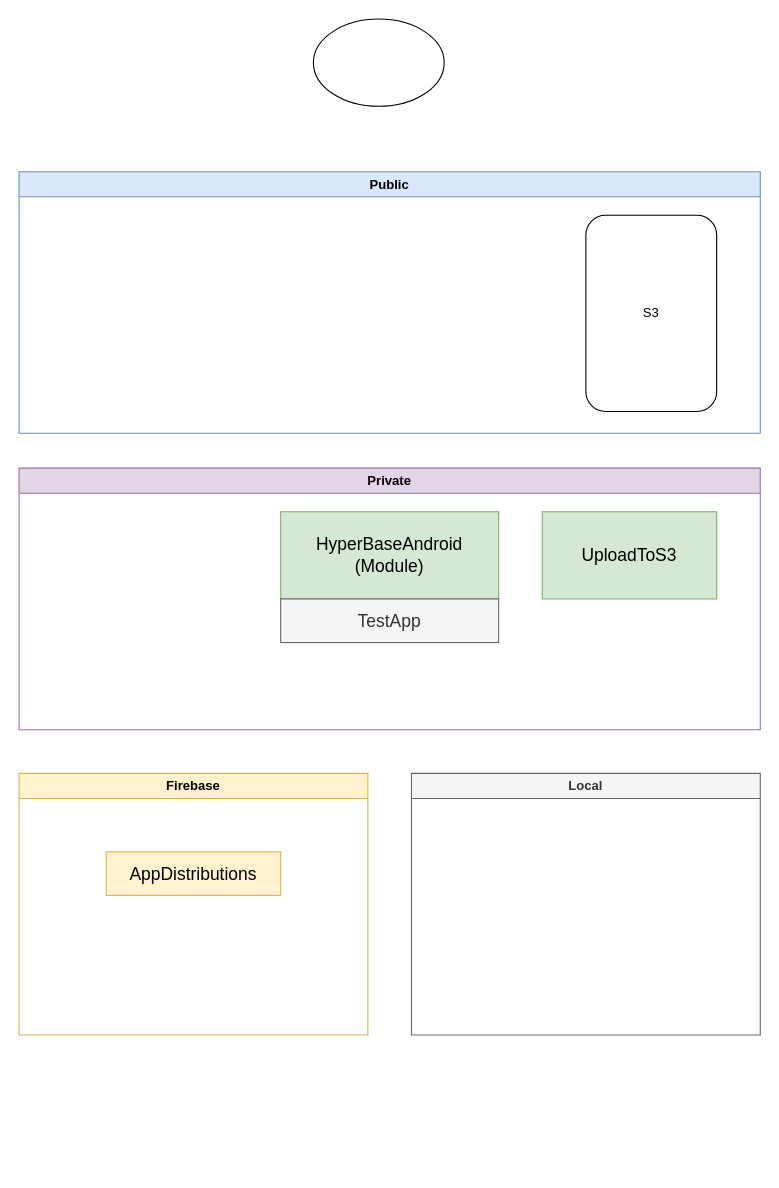
This is 제목 없는 다이어그램.drawio from nudge411/testPublic, a draw.io file, before an edit. Source tidied: cells renumbered, new cells numbered last; positions are measured from the earlier drawing's top-left corner, leaving out a move shared by most shapes. Both pictures are drawn from the tidied source at 109%, with x=0, y=0 at pixel (19, 19).
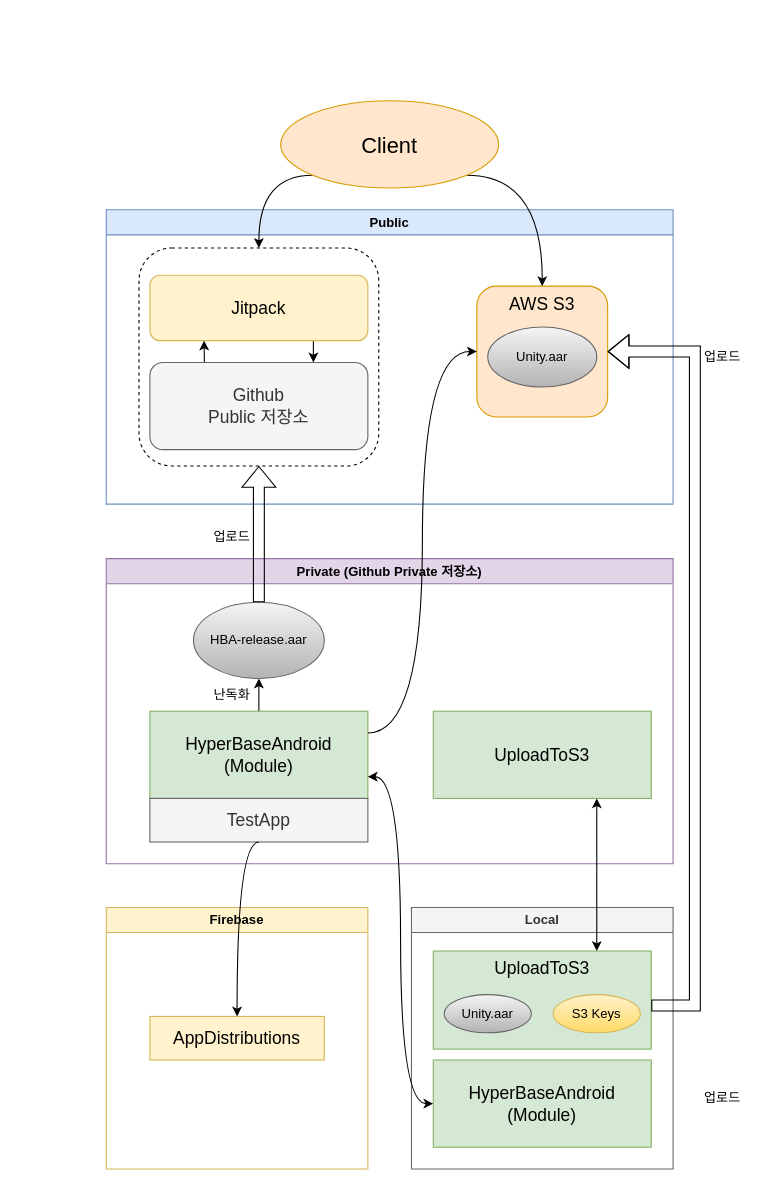
The same page after the edit.

Commit message:
제목 없는 다이어그램.drawio 업데이트

What changed in the source:
```diff
@@
     <mxCell id="2" value="Public" style="swimlane;whiteSpace=wrap;html=1;fillColor=#dae8fc;strokeColor=#6c8ebf;" parent="1" vertex="1">
-      <mxGeometry y="140" width="680" height="240" as="geometry" />
+      <mxGeometry x="80" y="175" width="520" height="270" as="geometry" />
     </mxCell>
-    <mxCell id="3" value="S3" style="rounded=1;whiteSpace=wrap;html=1;" parent="2" vertex="1">
-      <mxGeometry x="520" y="40" width="120" height="180" as="geometry" />
+    <mxCell id="3" value="AWS S3" style="rounded=1;whiteSpace=wrap;html=1;fontSize=16;fillColor=#ffe6cc;strokeColor=#d79b00;horizontal=1;verticalAlign=top;" parent="2" vertex="1">
+      <mxGeometry x="340" y="70" width="120" height="120" as="geometry" />
     </mxCell>
+    <mxCell id="13" style="edgeStyle=orthogonalEdgeStyle;rounded=0;jettySize=auto;html=1;exitX=0.75;exitY=1;exitDx=0;exitDy=0;entryX=0.75;entryY=0;entryDx=0;entryDy=0;" parent="2" edge="1" source="14" target="16">
+      <mxGeometry relative="1" as="geometry" />
+    </mxCell>
+    <mxCell id="14" value="Jitpack" style="rounded=1;whiteSpace=wrap;html=1;fontSize=16;fillColor=#fff2cc;strokeColor=#d6b656;" parent="2" vertex="1">
+      <mxGeometry x="40" y="60" width="200" height="60" as="geometry" />
+    </mxCell>
+    <mxCell id="15" style="edgeStyle=orthogonalEdgeStyle;rounded=0;jettySize=auto;html=1;exitX=0.25;exitY=0;exitDx=0;exitDy=0;" parent="2" edge="1" source="16">
+      <mxGeometry relative="1" as="geometry">
+        <mxPoint x="89.7" y="120" as="targetPoint" />
+      </mxGeometry>
+    </mxCell>
+    <mxCell id="16" value="Github&lt;br style=&quot;font-size: 16px;&quot;&gt;Public 저장소" style="rounded=1;whiteSpace=wrap;html=1;fontSize=16;fillColor=#f5f5f5;fontColor=#333333;strokeColor=#666666;" parent="2" vertex="1">
+      <mxGeometry x="40" y="140" width="200" height="80" as="geometry" />
+    </mxCell>
+    <mxCell id="17" style="rounded=1;whiteSpace=wrap;html=1;fillColor=none;dashed=1;" parent="2" vertex="1">
+      <mxGeometry x="30" y="35" width="220" height="200" as="geometry" />
+    </mxCell>
+    <mxCell id="18" value="Unity.aar" style="ellipse;whiteSpace=wrap;html=1;fillColor=#f5f5f5;strokeColor=#666666;gradientColor=#b3b3b3;" parent="2" vertex="1">
+      <mxGeometry x="350" y="107.5" width="100" height="55" as="geometry" />
+    </mxCell>
-    <mxCell id="4" value="Private" style="swimlane;whiteSpace=wrap;html=1;fillColor=#e1d5e7;strokeColor=#9673a6;" parent="1" vertex="1">
-      <mxGeometry y="412" width="680" height="240" as="geometry" />
+    <mxCell id="4" value="Private (Github Private 저장소)" style="swimlane;whiteSpace=wrap;html=1;fillColor=#e1d5e7;strokeColor=#9673a6;" parent="1" vertex="1">
+      <mxGeometry x="80" y="495" width="520" height="280" as="geometry" />
     </mxCell>
-    <mxCell id="5" style="edgeStyle=orthogonalEdgeStyle;rounded=0;jettySize=auto;html=1;exitX=0;exitY=0.5;exitDx=0;exitDy=0;" parent="4" edge="1" source="6">
-      <mxGeometry relative="1" as="geometry">
-        <mxPoint x="240" y="79.8" as="targetPoint" />
-      </mxGeometry>
-    </mxCell>
+    <mxCell id="19" style="edgeStyle=orthogonalEdgeStyle;rounded=0;jettySize=auto;html=1;" parent="4" edge="1" source="6" target="20">
+      <mxGeometry relative="1" as="geometry" />
+    </mxCell>
     <mxCell id="6" value="HyperBaseAndroid&lt;br&gt;(Module)" style="rounded=0;whiteSpace=wrap;html=1;fillColor=#d5e8d4;strokeColor=#82b366;fontSize=16;" parent="4" vertex="1">
-      <mxGeometry x="240" y="40" width="200" height="80" as="geometry" />
+      <mxGeometry x="40" y="140" width="200" height="80" as="geometry" />
     </mxCell>
     <mxCell id="7" value="TestApp" style="rounded=0;whiteSpace=wrap;html=1;fontSize=16;fillColor=#f5f5f5;fontColor=#333333;strokeColor=#666666;" parent="4" vertex="1">
-      <mxGeometry x="240" y="120" width="200" height="40" as="geometry" />
+      <mxGeometry x="40" y="220" width="200" height="40" as="geometry" />
     </mxCell>
     <mxCell id="8" value="UploadToS3" style="rounded=0;whiteSpace=wrap;html=1;fillColor=#d5e8d4;strokeColor=#82b366;fontSize=16;" parent="4" vertex="1">
-      <mxGeometry x="480" y="40" width="160" height="80" as="geometry" />
+      <mxGeometry x="300" y="140" width="200" height="80" as="geometry" />
     </mxCell>
+    <mxCell id="20" value="HBA-release.aar" style="ellipse;whiteSpace=wrap;html=1;fillColor=#f5f5f5;strokeColor=#666666;gradientColor=#b3b3b3;" parent="4" vertex="1">
+      <mxGeometry x="80" y="40" width="120" height="70" as="geometry" />
+    </mxCell>
+    <mxCell id="21" value="난독화" style="text;html=1;align=center;verticalAlign=middle;strokeColor=none;fillColor=none;" parent="4" vertex="1">
+      <mxGeometry x="90" y="110" width="50" height="30" as="geometry" />
+    </mxCell>
     <mxCell id="9" value="Firebase" style="swimlane;whiteSpace=wrap;html=1;fillColor=#fff2cc;strokeColor=#d6b656;" parent="1" vertex="1">
-      <mxGeometry y="692" width="320" height="240" as="geometry" />
+      <mxGeometry x="80" y="815" width="240" height="240" as="geometry" />
     </mxCell>
     <mxCell id="10" value="AppDistributions" style="rounded=0;whiteSpace=wrap;html=1;fontSize=16;fillColor=#fff2cc;strokeColor=#d6b656;" parent="9" vertex="1">
-      <mxGeometry x="80" y="72" width="160" height="40" as="geometry" />
+      <mxGeometry x="40" y="100" width="160" height="40" as="geometry" />
     </mxCell>
     <mxCell id="11" value="Local" style="swimlane;whiteSpace=wrap;html=1;fillColor=#f5f5f5;strokeColor=#666666;fontColor=#333333;" parent="1" vertex="1">
-      <mxGeometry x="360" y="692" width="320" height="240" as="geometry" />
+      <mxGeometry x="360" y="815" width="240" height="240" as="geometry" />
     </mxCell>
+    <mxCell id="22" value="UploadToS3" style="rounded=0;whiteSpace=wrap;html=1;fillColor=#d5e8d4;strokeColor=#82b366;fontSize=16;verticalAlign=top;" parent="11" vertex="1">
+      <mxGeometry x="20" y="40" width="200" height="90" as="geometry" />
+    </mxCell>
+    <mxCell id="23" value="Unity.aar" style="ellipse;whiteSpace=wrap;html=1;fillColor=#f5f5f5;strokeColor=#666666;gradientColor=#b3b3b3;" parent="11" vertex="1">
+      <mxGeometry x="30" y="80" width="80" height="35" as="geometry" />
+    </mxCell>
+    <mxCell id="24" value="S3 Keys" style="ellipse;whiteSpace=wrap;html=1;fillColor=#fff2cc;strokeColor=#d6b656;gradientColor=#ffd966;" parent="11" vertex="1">
+      <mxGeometry x="130" y="80" width="80" height="35" as="geometry" />
+    </mxCell>
+    <mxCell id="25" value="HyperBaseAndroid&lt;br&gt;(Module)" style="rounded=0;whiteSpace=wrap;html=1;fillColor=#d5e8d4;strokeColor=#82b366;fontSize=16;" parent="11" vertex="1">
+      <mxGeometry x="20" y="140" width="200" height="80" as="geometry" />
+    </mxCell>
+    <mxCell id="26" style="edgeStyle=orthogonalEdgeStyle;jettySize=auto;html=1;exitX=1;exitY=1;exitDx=0;exitDy=0;entryX=0.5;entryY=0;entryDx=0;entryDy=0;curved=1;" parent="1" edge="1" source="12" target="3">
+      <mxGeometry relative="1" as="geometry">
+        <Array as="points">
+          <mxPoint x="480" y="143" />
+        </Array>
+      </mxGeometry>
+    </mxCell>
+    <mxCell id="27" style="edgeStyle=orthogonalEdgeStyle;jettySize=auto;html=1;exitX=0;exitY=1;exitDx=0;exitDy=0;curved=1;" parent="1" edge="1" source="12" target="17">
+      <mxGeometry relative="1" as="geometry">
+        <Array as="points">
+          <mxPoint x="220" y="143" />
+        </Array>
+      </mxGeometry>
+    </mxCell>
-    <mxCell id="12" style="ellipse;whiteSpace=wrap;html=1;" parent="1" vertex="1">
-      <mxGeometry x="270" width="120" height="80" as="geometry" />
+    <mxCell id="12" value="Client" style="ellipse;whiteSpace=wrap;html=1;fillColor=#ffe6cc;strokeColor=#d79b00;fontSize=20;fontStyle=0;" parent="1" vertex="1">
+      <mxGeometry x="240" y="75" width="200" height="80" as="geometry" />
     </mxCell>
+    <mxCell id="28" style="edgeStyle=orthogonalEdgeStyle;jettySize=auto;html=1;entryX=0.5;entryY=0;entryDx=0;entryDy=0;curved=1;shadow=0;exitX=0.5;exitY=1;exitDx=0;exitDy=0;" parent="1" edge="1" source="7" target="10">
+      <mxGeometry relative="1" as="geometry">
+        <Array as="points">
+          <mxPoint x="200" y="755" />
+        </Array>
+      </mxGeometry>
+    </mxCell>
+    <mxCell id="29" style="edgeStyle=orthogonalEdgeStyle;rounded=0;jettySize=auto;html=1;entryX=1;entryY=0.5;entryDx=0;entryDy=0;shape=flexArrow;" parent="1" edge="1" target="3">
+      <mxGeometry relative="1" as="geometry">
+        <mxPoint x="580" y="905" as="sourcePoint" />
+        <Array as="points">
+          <mxPoint x="580" y="905" />
+          <mxPoint x="620" y="905" />
+          <mxPoint x="620" y="305" />
+        </Array>
+      </mxGeometry>
+    </mxCell>
+    <mxCell id="30" style="edgeStyle=orthogonalEdgeStyle;rounded=0;jettySize=auto;html=1;shape=flexArrow;" parent="1" edge="1" source="20" target="17">
+      <mxGeometry relative="1" as="geometry" />
+    </mxCell>
+    <mxCell id="31" style="edgeStyle=orthogonalEdgeStyle;jettySize=auto;html=1;entryX=0;entryY=0.5;entryDx=0;entryDy=0;curved=1;exitX=1;exitY=0.25;exitDx=0;exitDy=0;" parent="1" edge="1" source="6" target="3">
+      <mxGeometry relative="1" as="geometry" />
+    </mxCell>
+    <mxCell id="32" value="업로드" style="text;html=1;align=center;verticalAlign=middle;strokeColor=none;fillColor=none;" parent="1" vertex="1">
+      <mxGeometry x="170" y="460" width="50" height="30" as="geometry" />
+    </mxCell>
+    <mxCell id="33" value="업로드" style="text;html=1;align=center;verticalAlign=middle;strokeColor=none;fillColor=none;" parent="1" vertex="1">
+      <mxGeometry x="620" y="295" width="50" height="30" as="geometry" />
+    </mxCell>
+    <mxCell id="34" style="edgeStyle=orthogonalEdgeStyle;jettySize=auto;html=1;exitX=0;exitY=0.5;exitDx=0;exitDy=0;entryX=1;entryY=0.75;entryDx=0;entryDy=0;curved=1;startArrow=classic;startFill=1;" parent="1" edge="1" source="25" target="6">
+      <mxGeometry relative="1" as="geometry" />
+    </mxCell>
+    <mxCell id="35" value="업로드" style="text;html=1;align=center;verticalAlign=middle;strokeColor=none;fillColor=none;" parent="1" vertex="1">
+      <mxGeometry x="620" y="975" width="50" height="30" as="geometry" />
+    </mxCell>
+    <mxCell id="36" style="edgeStyle=orthogonalEdgeStyle;rounded=0;jettySize=auto;html=1;startArrow=classic;startFill=1;" parent="1" edge="1" source="22" target="8">
+      <mxGeometry relative="1" as="geometry">
+        <Array as="points">
+          <mxPoint x="530" y="785" />
+          <mxPoint x="530" y="785" />
+        </Array>
+      </mxGeometry>
+    </mxCell>
```
